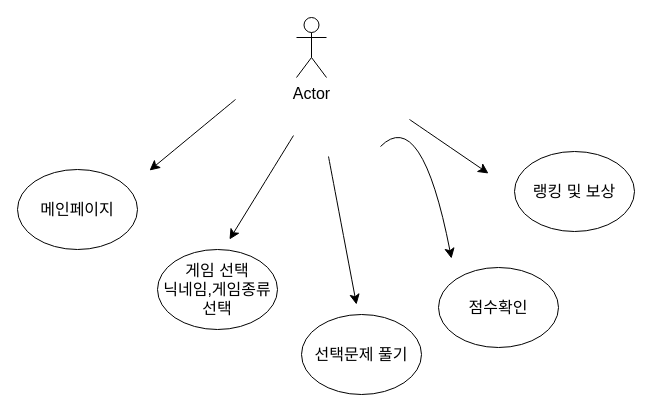
Above: miniproject.drawio in dlwlgnsrhy/BigData (draw.io), before the change. Source tidied: cells renumbered, new cells numbered last; positions are measured from the earlier drawing's top-left corner, leaving out a move shared by most shapes. Both pictures are drawn from the tidied source at 100%, with x=0, y=0 at pixel (17, 17).
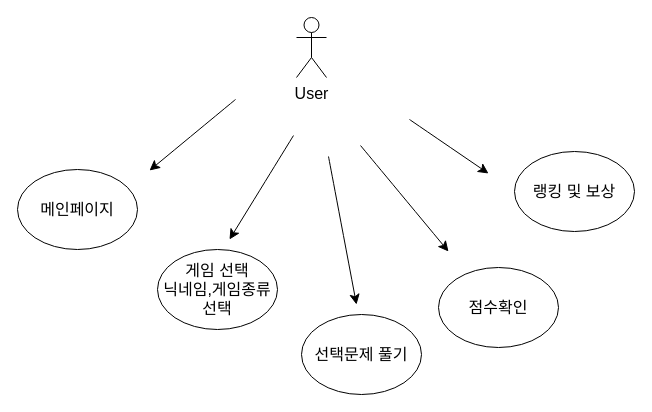
The same page after the edit.

What changed in the source:
```diff
@@
 <mxGraphModel>
   <root>
     <mxCell id="0" />
     <mxCell id="1" parent="0" />
     <mxCell id="2" value="메인페이지" style="ellipse;whiteSpace=wrap;html=1;fontSize=16;" parent="1" vertex="1">
       <mxGeometry y="152" width="120" height="80" as="geometry" />
     </mxCell>
-    <mxCell id="3" value="Actor" style="shape=umlActor;verticalLabelPosition=bottom;verticalAlign=top;html=1;fontSize=16;" parent="1" vertex="1">
+    <mxCell id="3" value="User" style="shape=umlActor;verticalLabelPosition=bottom;verticalAlign=top;html=1;fontSize=16;" parent="1" vertex="1">
       <mxGeometry x="279" width="30" height="60" as="geometry" />
     </mxCell>
     <mxCell id="4" value="게임 선택&lt;br&gt;닉네임,게임종류선택" style="ellipse;whiteSpace=wrap;html=1;fontSize=16;" parent="1" vertex="1">
       <mxGeometry x="140" y="232" width="120" height="80" as="geometry" />
     </mxCell>
     <mxCell id="5" value="선택문제 풀기&lt;br&gt;" style="ellipse;whiteSpace=wrap;html=1;fontSize=16;" parent="1" vertex="1">
       <mxGeometry x="284" y="297" width="120" height="80" as="geometry" />
     </mxCell>
     <mxCell id="6" value="점수확인" style="ellipse;whiteSpace=wrap;html=1;fontSize=16;" parent="1" vertex="1">
       <mxGeometry x="421" y="250" width="120" height="80" as="geometry" />
     </mxCell>
     <mxCell id="7" value="랭킹 및 보상" style="ellipse;whiteSpace=wrap;html=1;fontSize=16;" parent="1" vertex="1">
       <mxGeometry x="497" y="134" width="120" height="80" as="geometry" />
     </mxCell>
     <mxCell id="8" style="endArrow=classic;html=1;rounded=0;fontSize=12;startSize=8;endSize=8;curved=1;" parent="1" edge="1">
       <mxGeometry relative="1" as="geometry">
         <mxPoint x="218" y="82" as="sourcePoint" />
         <mxPoint x="132" y="153" as="targetPoint" />
       </mxGeometry>
     </mxCell>
     <mxCell id="9" style="endArrow=classic;html=1;rounded=0;fontSize=12;startSize=8;endSize=8;curved=1;" parent="1" edge="1">
       <mxGeometry relative="1" as="geometry">
         <mxPoint x="311" y="139" as="sourcePoint" />
         <mxPoint x="339" y="287" as="targetPoint" />
       </mxGeometry>
     </mxCell>
-    <mxCell id="10" style="endArrow=classic;html=1;rounded=0;fontSize=12;startSize=8;endSize=8;curved=1;" parent="1" edge="1">
-      <mxGeometry relative="1" as="geometry">
-        <mxPoint x="363" y="129" as="sourcePoint" />
-        <mxPoint x="434" y="241" as="targetPoint" />
-        <Array as="points">
-          <mxPoint x="404" y="88" />
-        </Array>
-      </mxGeometry>
-    </mxCell>
     <mxCell id="11" style="endArrow=classic;html=1;rounded=0;fontSize=12;startSize=8;endSize=8;curved=1;" parent="1" edge="1">
       <mxGeometry relative="1" as="geometry">
         <mxPoint x="392" y="102" as="sourcePoint" />
         <mxPoint x="471" y="156" as="targetPoint" />
       </mxGeometry>
     </mxCell>
     <mxCell id="12" style="edgeStyle=none;curved=1;rounded=0;orthogonalLoop=1;jettySize=auto;html=1;exitX=0.5;exitY=0;exitDx=0;exitDy=0;fontSize=12;startSize=8;endSize=8;" parent="1" edge="1" source="5" target="5">
       <mxGeometry relative="1" as="geometry" />
     </mxCell>
     <mxCell id="13" style="endArrow=classic;html=1;rounded=0;fontSize=12;startSize=8;endSize=8;curved=1;" parent="1" edge="1">
       <mxGeometry relative="1" as="geometry">
         <mxPoint x="276" y="118" as="sourcePoint" />
         <mxPoint x="212" y="222" as="targetPoint" />
       </mxGeometry>
     </mxCell>
+    <mxCell id="14" style="endArrow=classic;html=1;rounded=0;fontSize=12;startSize=8;endSize=8;curved=1;" parent="1" edge="1">
+      <mxGeometry relative="1" as="geometry">
+        <mxPoint x="343" y="128" as="sourcePoint" />
+        <mxPoint x="431" y="234" as="targetPoint" />
+      </mxGeometry>
+    </mxCell>
   </root>
 </mxGraphModel>
```
